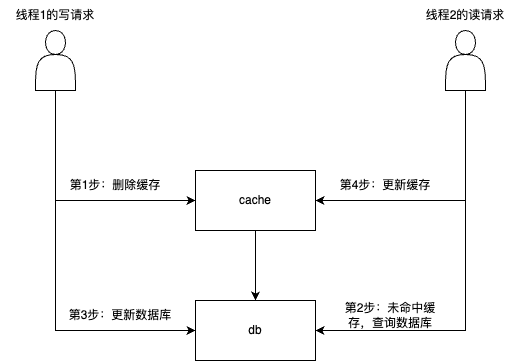
The draw.io diagram update-cache.png in qinjianmin/draw.io, before a commit. Source tidied: cells renumbered, new cells last; positions are measured from the earlier drawing's top-left corner, leaving out a move shared by most shapes. Source of this version:
```xml
<mxGraphModel>
  <root>
    <mxCell id="0" />
    <mxCell id="1" parent="0" />
    <mxCell id="2" style="edgeStyle=orthogonalEdgeStyle;rounded=0;jettySize=auto;html=1;entryX=0;entryY=0.5;entryDx=0;entryDy=0;" parent="1" edge="1" source="4" target="11">
      <mxGeometry relative="1" as="geometry">
        <Array as="points">
          <mxPoint x="55" y="200" />
        </Array>
      </mxGeometry>
    </mxCell>
    <mxCell id="3" style="edgeStyle=orthogonalEdgeStyle;rounded=0;jettySize=auto;html=1;entryX=0;entryY=0.5;entryDx=0;entryDy=0;" parent="1" edge="1" source="4" target="12">
      <mxGeometry relative="1" as="geometry">
        <Array as="points">
          <mxPoint x="55" y="330" />
        </Array>
      </mxGeometry>
    </mxCell>
    <mxCell id="4" style="shape=actor;whiteSpace=wrap;html=1;" parent="1" vertex="1">
      <mxGeometry x="35" y="30" width="40" height="60" as="geometry" />
    </mxCell>
    <mxCell id="5" value="线程1的写请求" style="text;html=1;strokeColor=none;fillColor=none;align=center;verticalAlign=middle;whiteSpace=wrap;rounded=0;" parent="1" vertex="1">
      <mxGeometry width="110" height="30" as="geometry" />
    </mxCell>
    <mxCell id="6" style="edgeStyle=orthogonalEdgeStyle;rounded=0;jettySize=auto;html=1;entryX=1;entryY=0.5;entryDx=0;entryDy=0;" parent="1" edge="1" source="8" target="12">
      <mxGeometry relative="1" as="geometry">
        <Array as="points">
          <mxPoint x="465" y="330" />
        </Array>
      </mxGeometry>
    </mxCell>
    <mxCell id="7" style="edgeStyle=orthogonalEdgeStyle;rounded=0;jettySize=auto;html=1;entryX=1;entryY=0.5;entryDx=0;entryDy=0;" parent="1" edge="1" source="8" target="11">
      <mxGeometry relative="1" as="geometry">
        <Array as="points">
          <mxPoint x="465" y="200" />
        </Array>
      </mxGeometry>
    </mxCell>
    <mxCell id="8" style="shape=actor;whiteSpace=wrap;html=1;" parent="1" vertex="1">
      <mxGeometry x="445" y="30" width="40" height="60" as="geometry" />
    </mxCell>
    <mxCell id="9" value="线程2的读请求" style="text;html=1;strokeColor=none;fillColor=none;align=center;verticalAlign=middle;whiteSpace=wrap;rounded=0;" parent="1" vertex="1">
      <mxGeometry x="410" width="110" height="30" as="geometry" />
    </mxCell>
    <mxCell id="10" style="edgeStyle=orthogonalEdgeStyle;rounded=0;jettySize=auto;html=1;" parent="1" edge="1" source="11" target="12">
      <mxGeometry relative="1" as="geometry" />
    </mxCell>
    <mxCell id="11" value="cache" style="whiteSpace=wrap;html=1;" parent="1" vertex="1">
      <mxGeometry x="195" y="170" width="120" height="60" as="geometry" />
    </mxCell>
    <mxCell id="12" value="db" style="whiteSpace=wrap;html=1;" parent="1" vertex="1">
      <mxGeometry x="195" y="300" width="120" height="60" as="geometry" />
    </mxCell>
    <mxCell id="13" value="第1步：删除缓存" style="text;html=1;strokeColor=none;fillColor=none;align=center;verticalAlign=middle;whiteSpace=wrap;rounded=0;" parent="1" vertex="1">
      <mxGeometry x="65" y="170" width="100" height="30" as="geometry" />
    </mxCell>
    <mxCell id="14" value="第2步：未命中缓存，查询数据库" style="text;html=1;strokeColor=none;fillColor=none;align=center;verticalAlign=middle;whiteSpace=wrap;rounded=0;" parent="1" vertex="1">
      <mxGeometry x="335" y="300" width="110" height="30" as="geometry" />
    </mxCell>
    <mxCell id="15" value="第3步：更新数据库" style="text;html=1;strokeColor=none;fillColor=none;align=center;verticalAlign=middle;whiteSpace=wrap;rounded=0;" parent="1" vertex="1">
      <mxGeometry x="65" y="300" width="110" height="30" as="geometry" />
    </mxCell>
    <mxCell id="16" value="第4步：更新缓存" style="text;html=1;strokeColor=none;fillColor=none;align=center;verticalAlign=middle;whiteSpace=wrap;rounded=0;" parent="1" vertex="1">
      <mxGeometry x="335" y="170" width="100" height="30" as="geometry" />
    </mxCell>
  </root>
</mxGraphModel>
```
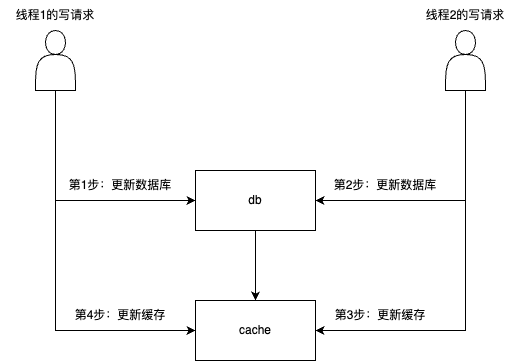
After the change.

Change to the diagram source:
```diff
@@ -39,29 +39,29 @@
     <mxCell id="8" style="shape=actor;whiteSpace=wrap;html=1;" parent="1" vertex="1">
       <mxGeometry x="445" y="30" width="40" height="60" as="geometry" />
     </mxCell>
-    <mxCell id="9" value="线程2的读请求" style="text;html=1;strokeColor=none;fillColor=none;align=center;verticalAlign=middle;whiteSpace=wrap;rounded=0;" parent="1" vertex="1">
+    <mxCell id="9" value="线程2的写请求" style="text;html=1;strokeColor=none;fillColor=none;align=center;verticalAlign=middle;whiteSpace=wrap;rounded=0;" parent="1" vertex="1">
       <mxGeometry x="410" width="110" height="30" as="geometry" />
     </mxCell>
     <mxCell id="10" style="edgeStyle=orthogonalEdgeStyle;rounded=0;jettySize=auto;html=1;" parent="1" edge="1" source="11" target="12">
       <mxGeometry relative="1" as="geometry" />
     </mxCell>
-    <mxCell id="11" value="cache" style="whiteSpace=wrap;html=1;" parent="1" vertex="1">
+    <mxCell id="11" value="db" style="whiteSpace=wrap;html=1;" parent="1" vertex="1">
       <mxGeometry x="195" y="170" width="120" height="60" as="geometry" />
     </mxCell>
-    <mxCell id="12" value="db" style="whiteSpace=wrap;html=1;" parent="1" vertex="1">
+    <mxCell id="12" value="cache" style="whiteSpace=wrap;html=1;" parent="1" vertex="1">
       <mxGeometry x="195" y="300" width="120" height="60" as="geometry" />
     </mxCell>
-    <mxCell id="13" value="第1步：删除缓存" style="text;html=1;strokeColor=none;fillColor=none;align=center;verticalAlign=middle;whiteSpace=wrap;rounded=0;" parent="1" vertex="1">
-      <mxGeometry x="65" y="170" width="100" height="30" as="geometry" />
+    <mxCell id="13" value="第1步：更新数据库" style="text;html=1;strokeColor=none;fillColor=none;align=center;verticalAlign=middle;whiteSpace=wrap;rounded=0;" parent="1" vertex="1">
+      <mxGeometry x="65" y="170" width="110" height="30" as="geometry" />
     </mxCell>
-    <mxCell id="14" value="第2步：未命中缓存，查询数据库" style="text;html=1;strokeColor=none;fillColor=none;align=center;verticalAlign=middle;whiteSpace=wrap;rounded=0;" parent="1" vertex="1">
-      <mxGeometry x="335" y="300" width="110" height="30" as="geometry" />
+    <mxCell id="14" value="第3步：更新缓存" style="text;html=1;strokeColor=none;fillColor=none;align=center;verticalAlign=middle;whiteSpace=wrap;rounded=0;" parent="1" vertex="1">
+      <mxGeometry x="325" y="300" width="110" height="30" as="geometry" />
     </mxCell>
-    <mxCell id="15" value="第3步：更新数据库" style="text;html=1;strokeColor=none;fillColor=none;align=center;verticalAlign=middle;whiteSpace=wrap;rounded=0;" parent="1" vertex="1">
+    <mxCell id="15" value="第4步：更新缓存" style="text;html=1;strokeColor=none;fillColor=none;align=center;verticalAlign=middle;whiteSpace=wrap;rounded=0;" parent="1" vertex="1">
       <mxGeometry x="65" y="300" width="110" height="30" as="geometry" />
     </mxCell>
-    <mxCell id="16" value="第4步：更新缓存" style="text;html=1;strokeColor=none;fillColor=none;align=center;verticalAlign=middle;whiteSpace=wrap;rounded=0;" parent="1" vertex="1">
-      <mxGeometry x="335" y="170" width="100" height="30" as="geometry" />
+    <mxCell id="16" value="第2步：更新数据库" style="text;html=1;strokeColor=none;fillColor=none;align=center;verticalAlign=middle;whiteSpace=wrap;rounded=0;" parent="1" vertex="1">
+      <mxGeometry x="325" y="170" width="120" height="30" as="geometry" />
     </mxCell>
   </root>
 </mxGraphModel>
```
